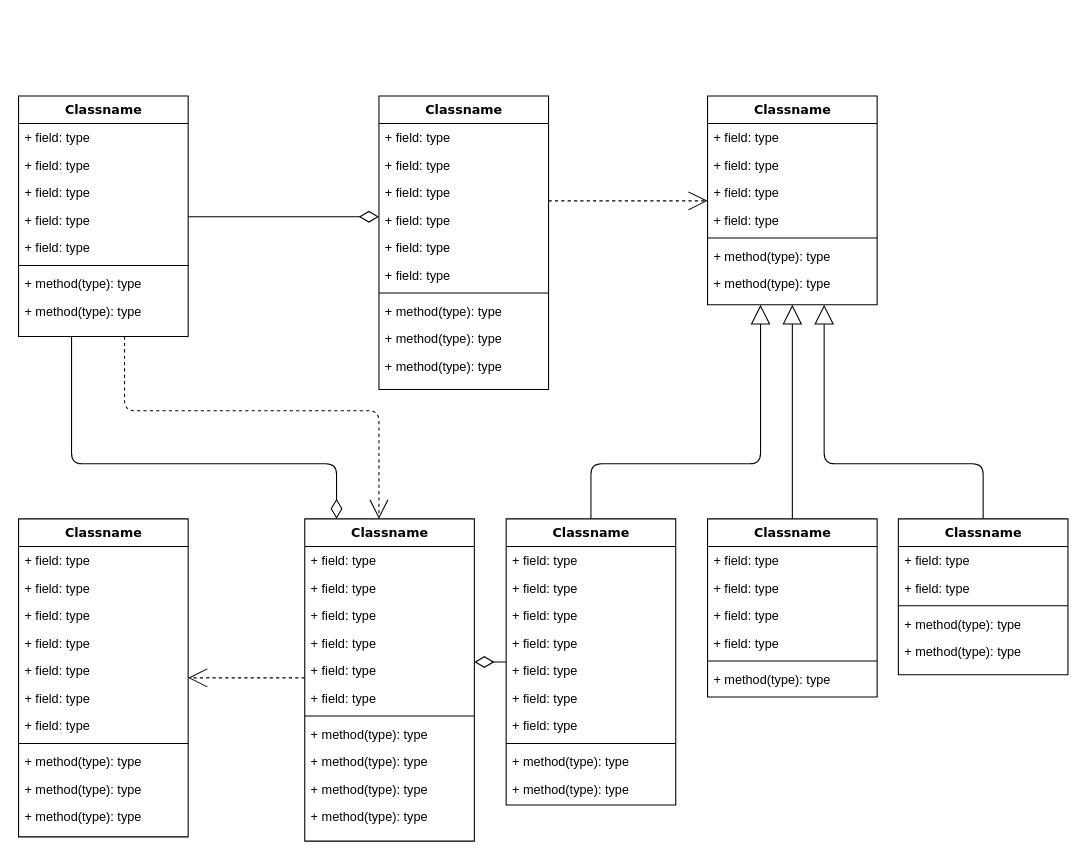
harshsahu12/linkedIn-clone keeps this draw.io diagram as Untitled Diagram.drawio. Above is the earlier version. Source tidied: cells renumbered, new cells numbered last; positions are measured from the earlier drawing's top-left corner, leaving out a move shared by most shapes. Both pictures are drawn from the tidied source at 106%, with x=0, y=0 at pixel (18, 95).
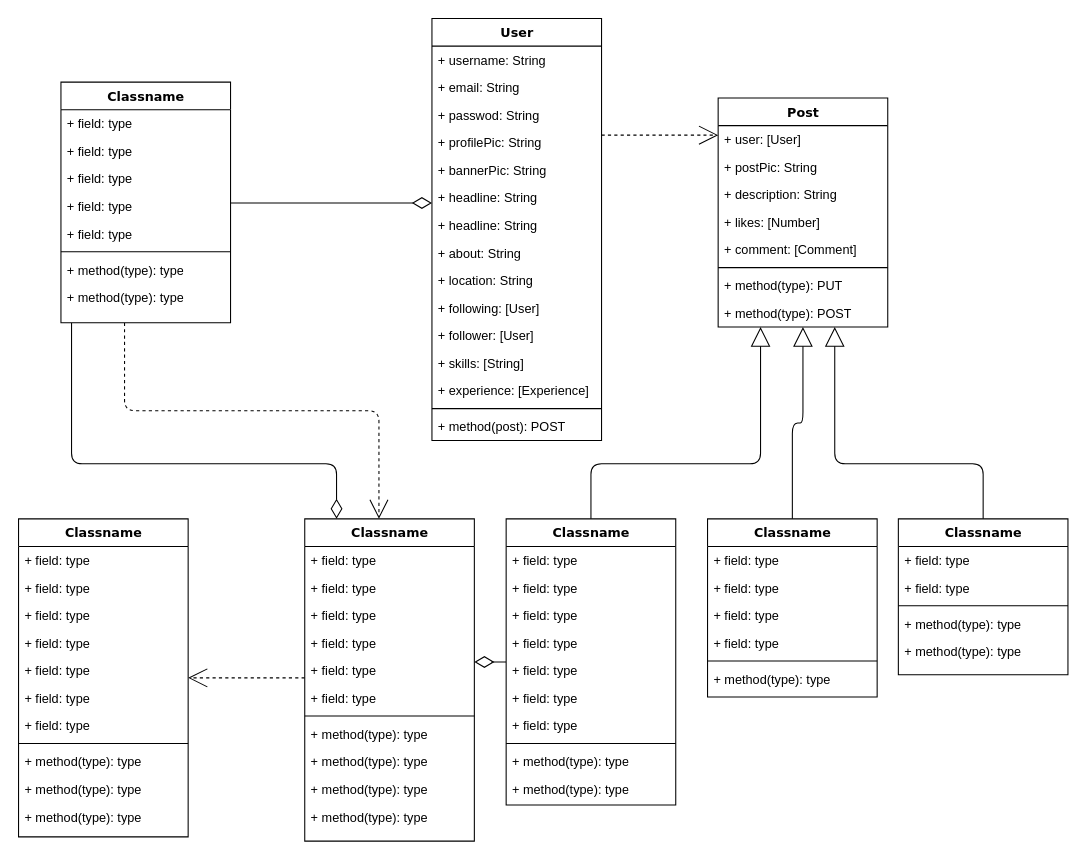
Above is the later version.

Commit message:
linkedIn API Structure

The change refers to these unchanged cells:
```xml
<mxCell id="80" value="Classname" style="swimlane;html=1;fontStyle=1;align=center;verticalAlign=top;horizontal=1;startSize=26;swimlaneFillColor=#ffffff;rounded=0;shadow=0;comic=0;labelBackgroundColor=none;strokeWidth=1;fillColor=none;fontFamily=Verdana;fontSize=12;" parent="1" vertex="1">
  <mxGeometry x="830" y="399" width="160" height="147" as="geometry" />
</mxCell>
```

Diff of the diagram source:
```diff
@@
     <mxCell id="4" value="Classname" style="swimlane;html=1;fontStyle=1;align=center;verticalAlign=top;horizontal=1;startSize=26;swimlaneFillColor=#ffffff;rounded=0;shadow=0;comic=0;labelBackgroundColor=none;strokeWidth=1;fillColor=none;fontFamily=Verdana;fontSize=12;" parent="1" vertex="1">
-      <mxGeometry width="160" height="227" as="geometry" />
+      <mxGeometry x="40" y="-13" width="160" height="227" as="geometry" />
     </mxCell>
@@
-    <mxCell id="13" style="edgeStyle=elbowEdgeStyle;html=1;labelBackgroundColor=none;startFill=0;startSize=8;endArrow=open;endFill=0;endSize=16;fontFamily=Verdana;fontSize=12;elbow=vertical;dashed=1;" parent="1" edge="1" source="14" target="25">
-      <mxGeometry relative="1" as="geometry" />
+    <mxCell id="13" style="edgeStyle=elbowEdgeStyle;html=1;labelBackgroundColor=none;startFill=0;startSize=8;endArrow=open;endFill=0;endSize=16;fontFamily=Verdana;fontSize=12;elbow=vertical;dashed=1;" parent="1" edge="1">
+      <mxGeometry relative="1" as="geometry">
+        <mxPoint x="550" y="37" as="sourcePoint" />
+        <mxPoint x="660" y="37" as="targetPoint" />
+        <Array as="points">
+          <mxPoint x="640" y="37" />
+        </Array>
+      </mxGeometry>
     </mxCell>
-    <mxCell id="14" value="Classname" style="swimlane;html=1;fontStyle=1;align=center;verticalAlign=top;horizontal=1;startSize=26;swimlaneFillColor=#ffffff;rounded=0;shadow=0;comic=0;labelBackgroundColor=none;strokeWidth=1;fillColor=none;fontFamily=Verdana;fontSize=12;" parent="1" vertex="1">
-      <mxGeometry x="340" width="160" height="277" as="geometry" />
+    <mxCell id="14" value="User" style="swimlane;html=1;fontStyle=1;align=center;verticalAlign=top;horizontal=1;startSize=26;swimlaneFillColor=#ffffff;rounded=0;shadow=0;comic=0;labelBackgroundColor=none;strokeWidth=1;fillColor=none;fontFamily=Verdana;fontSize=12;" parent="1" vertex="1">
+      <mxGeometry x="390" y="-73" width="160" height="398" as="geometry" />
     </mxCell>
-    <mxCell id="15" value="+ field: type" style="text;html=1;strokeColor=none;fillColor=none;align=left;verticalAlign=top;spacingLeft=4;spacingRight=4;whiteSpace=wrap;overflow=hidden;" parent="14" vertex="1">
+    <mxCell id="15" value="+ username: String" style="text;html=1;strokeColor=none;fillColor=none;align=left;verticalAlign=top;spacingLeft=4;spacingRight=4;whiteSpace=wrap;overflow=hidden;" parent="14" vertex="1">
       <mxGeometry y="26" width="160" height="26" as="geometry" />
     </mxCell>
-    <mxCell id="16" value="+ field: type" style="text;html=1;strokeColor=none;fillColor=none;align=left;verticalAlign=top;spacingLeft=4;spacingRight=4;whiteSpace=wrap;overflow=hidden;" parent="14" vertex="1">
+    <mxCell id="16" value="+ email: String" style="text;html=1;strokeColor=none;fillColor=none;align=left;verticalAlign=top;spacingLeft=4;spacingRight=4;whiteSpace=wrap;overflow=hidden;" parent="14" vertex="1">
       <mxGeometry y="52" width="160" height="26" as="geometry" />
     </mxCell>
-    <mxCell id="17" value="+ field: type" style="text;html=1;strokeColor=none;fillColor=none;align=left;verticalAlign=top;spacingLeft=4;spacingRight=4;whiteSpace=wrap;overflow=hidden;" parent="14" vertex="1">
+    <mxCell id="17" value="+ passwod: String" style="text;html=1;strokeColor=none;fillColor=none;align=left;verticalAlign=top;spacingLeft=4;spacingRight=4;whiteSpace=wrap;overflow=hidden;" parent="14" vertex="1">
       <mxGeometry y="78" width="160" height="26" as="geometry" />
     </mxCell>
-    <mxCell id="18" value="+ field: type" style="text;html=1;strokeColor=none;fillColor=none;align=left;verticalAlign=top;spacingLeft=4;spacingRight=4;whiteSpace=wrap;overflow=hidden;" parent="14" vertex="1">
+    <mxCell id="18" value="+ profilePic: String" style="text;html=1;strokeColor=none;fillColor=none;align=left;verticalAlign=top;spacingLeft=4;spacingRight=4;whiteSpace=wrap;overflow=hidden;" parent="14" vertex="1">
       <mxGeometry y="104" width="160" height="26" as="geometry" />
     </mxCell>
-    <mxCell id="19" value="+ field: type" style="text;html=1;strokeColor=none;fillColor=none;align=left;verticalAlign=top;spacingLeft=4;spacingRight=4;whiteSpace=wrap;overflow=hidden;" parent="14" vertex="1">
+    <mxCell id="19" value="+ bannerPic: String" style="text;html=1;strokeColor=none;fillColor=none;align=left;verticalAlign=top;spacingLeft=4;spacingRight=4;whiteSpace=wrap;overflow=hidden;" parent="14" vertex="1">
       <mxGeometry y="130" width="160" height="26" as="geometry" />
     </mxCell>
-    <mxCell id="20" value="+ field: type" style="text;html=1;strokeColor=none;fillColor=none;align=left;verticalAlign=top;spacingLeft=4;spacingRight=4;whiteSpace=wrap;overflow=hidden;" parent="14" vertex="1">
+    <mxCell id="20" value="+ headline: String" style="text;html=1;strokeColor=none;fillColor=none;align=left;verticalAlign=top;spacingLeft=4;spacingRight=4;whiteSpace=wrap;overflow=hidden;" parent="14" vertex="1">
       <mxGeometry y="156" width="160" height="26" as="geometry" />
     </mxCell>
+    <mxCell id="87" value="+ headline: String" style="text;html=1;strokeColor=none;fillColor=none;align=left;verticalAlign=top;spacingLeft=4;spacingRight=4;whiteSpace=wrap;overflow=hidden;" parent="14" vertex="1">
+      <mxGeometry y="182" width="160" height="26" as="geometry" />
+    </mxCell>
+    <mxCell id="22" value="+ about: String" style="text;html=1;strokeColor=none;fillColor=none;align=left;verticalAlign=top;spacingLeft=4;spacingRight=4;whiteSpace=wrap;overflow=hidden;" parent="14" vertex="1">
+      <mxGeometry y="208" width="160" height="26" as="geometry" />
+    </mxCell>
+    <mxCell id="88" value="+ location: String" style="text;html=1;strokeColor=none;fillColor=none;align=left;verticalAlign=top;spacingLeft=4;spacingRight=4;whiteSpace=wrap;overflow=hidden;" parent="14" vertex="1">
+      <mxGeometry y="234" width="160" height="26" as="geometry" />
+    </mxCell>
+    <mxCell id="23" value="+ following: [User]" style="text;html=1;strokeColor=none;fillColor=none;align=left;verticalAlign=top;spacingLeft=4;spacingRight=4;whiteSpace=wrap;overflow=hidden;" parent="14" vertex="1">
+      <mxGeometry y="260" width="160" height="26" as="geometry" />
+    </mxCell>
+    <mxCell id="89" value="+ follower: [User]" style="text;html=1;strokeColor=none;fillColor=none;align=left;verticalAlign=top;spacingLeft=4;spacingRight=4;whiteSpace=wrap;overflow=hidden;" parent="14" vertex="1">
+      <mxGeometry y="286" width="160" height="26" as="geometry" />
+    </mxCell>
+    <mxCell id="90" value="+ skills: [String]" style="text;html=1;strokeColor=none;fillColor=none;align=left;verticalAlign=top;spacingLeft=4;spacingRight=4;whiteSpace=wrap;overflow=hidden;" parent="14" vertex="1">
+      <mxGeometry y="312" width="160" height="26" as="geometry" />
+    </mxCell>
+    <mxCell id="91" value="+ experience: [Experience]" style="text;html=1;strokeColor=none;fillColor=none;align=left;verticalAlign=top;spacingLeft=4;spacingRight=4;whiteSpace=wrap;overflow=hidden;" parent="14" vertex="1">
+      <mxGeometry y="338" width="160" height="26" as="geometry" />
+    </mxCell>
     <mxCell id="21" style="line;html=1;strokeWidth=1;fillColor=none;align=left;verticalAlign=middle;spacingTop=-1;spacingLeft=3;spacingRight=3;labelPosition=right;" parent="14" vertex="1">
-      <mxGeometry y="182" width="160" height="8" as="geometry" />
+      <mxGeometry y="364" width="160" height="8" as="geometry" />
     </mxCell>
-    <mxCell id="22" value="+ method(type): type" style="text;html=1;strokeColor=none;fillColor=none;align=left;verticalAlign=top;spacingLeft=4;spacingRight=4;whiteSpace=wrap;overflow=hidden;" parent="14" vertex="1">
-      <mxGeometry y="190" width="160" height="26" as="geometry" />
-    </mxCell>
-    <mxCell id="23" value="+ method(type): type" style="text;html=1;strokeColor=none;fillColor=none;align=left;verticalAlign=top;spacingLeft=4;spacingRight=4;whiteSpace=wrap;overflow=hidden;" parent="14" vertex="1">
-      <mxGeometry y="216" width="160" height="26" as="geometry" />
-    </mxCell>
-    <mxCell id="24" value="+ method(type): type" style="text;html=1;strokeColor=none;fillColor=none;align=left;verticalAlign=top;spacingLeft=4;spacingRight=4;whiteSpace=wrap;overflow=hidden;" parent="14" vertex="1">
-      <mxGeometry y="242" width="160" height="26" as="geometry" />
+    <mxCell id="24" value="+ method(post): POST" style="text;html=1;strokeColor=none;fillColor=none;align=left;verticalAlign=top;spacingLeft=4;spacingRight=4;whiteSpace=wrap;overflow=hidden;" parent="14" vertex="1">
+      <mxGeometry y="372" width="160" height="26" as="geometry" />
     </mxCell>
-    <mxCell id="25" value="Classname" style="swimlane;html=1;fontStyle=1;align=center;verticalAlign=top;horizontal=1;startSize=26;swimlaneFillColor=#ffffff;rounded=0;shadow=0;comic=0;labelBackgroundColor=none;strokeWidth=1;fillColor=none;fontFamily=Verdana;fontSize=12;" parent="1" vertex="1">
-      <mxGeometry x="650" width="160" height="197" as="geometry" />
+    <mxCell id="25" value="Post" style="swimlane;html=1;fontStyle=1;align=center;verticalAlign=top;horizontal=1;startSize=26;swimlaneFillColor=#ffffff;rounded=0;shadow=0;comic=0;labelBackgroundColor=none;strokeWidth=1;fillColor=none;fontFamily=Verdana;fontSize=12;" parent="1" vertex="1">
+      <mxGeometry x="660" y="2" width="160" height="216" as="geometry" />
     </mxCell>
-    <mxCell id="26" value="+ field: type" style="text;html=1;strokeColor=none;fillColor=none;align=left;verticalAlign=top;spacingLeft=4;spacingRight=4;whiteSpace=wrap;overflow=hidden;" parent="25" vertex="1">
+    <mxCell id="26" value="+ user: [User]" style="text;html=1;strokeColor=none;fillColor=none;align=left;verticalAlign=top;spacingLeft=4;spacingRight=4;whiteSpace=wrap;overflow=hidden;" parent="25" vertex="1">
       <mxGeometry y="26" width="160" height="26" as="geometry" />
     </mxCell>
+    <mxCell id="92" value="+ postPic: String" style="text;html=1;strokeColor=none;fillColor=none;align=left;verticalAlign=top;spacingLeft=4;spacingRight=4;whiteSpace=wrap;overflow=hidden;" parent="25" vertex="1">
+      <mxGeometry y="52" width="160" height="26" as="geometry" />
+    </mxCell>
-    <mxCell id="27" value="+ field: type" style="text;html=1;strokeColor=none;fillColor=none;align=left;verticalAlign=top;spacingLeft=4;spacingRight=4;whiteSpace=wrap;overflow=hidden;" parent="25" vertex="1">
-      <mxGeometry y="52" width="160" height="26" as="geometry" />
+    <mxCell id="27" value="+ description: String" style="text;html=1;strokeColor=none;fillColor=none;align=left;verticalAlign=top;spacingLeft=4;spacingRight=4;whiteSpace=wrap;overflow=hidden;" parent="25" vertex="1">
+      <mxGeometry y="78" width="160" height="26" as="geometry" />
     </mxCell>
-    <mxCell id="28" value="+ field: type" style="text;html=1;strokeColor=none;fillColor=none;align=left;verticalAlign=top;spacingLeft=4;spacingRight=4;whiteSpace=wrap;overflow=hidden;" parent="25" vertex="1">
-      <mxGeometry y="78" width="160" height="26" as="geometry" />
+    <mxCell id="28" value="+ likes: [Number]" style="text;html=1;strokeColor=none;fillColor=none;align=left;verticalAlign=top;spacingLeft=4;spacingRight=4;whiteSpace=wrap;overflow=hidden;" parent="25" vertex="1">
+      <mxGeometry y="104" width="160" height="26" as="geometry" />
     </mxCell>
-    <mxCell id="29" value="+ field: type" style="text;html=1;strokeColor=none;fillColor=none;align=left;verticalAlign=top;spacingLeft=4;spacingRight=4;whiteSpace=wrap;overflow=hidden;" parent="25" vertex="1">
-      <mxGeometry y="104" width="160" height="26" as="geometry" />
+    <mxCell id="29" value="+ comment: [Comment]" style="text;html=1;strokeColor=none;fillColor=none;align=left;verticalAlign=top;spacingLeft=4;spacingRight=4;whiteSpace=wrap;overflow=hidden;" parent="25" vertex="1">
+      <mxGeometry y="130" width="160" height="26" as="geometry" />
     </mxCell>
     <mxCell id="30" style="line;html=1;strokeWidth=1;fillColor=none;align=left;verticalAlign=middle;spacingTop=-1;spacingLeft=3;spacingRight=3;labelPosition=right;" parent="25" vertex="1">
-      <mxGeometry y="130" width="160" height="8" as="geometry" />
+      <mxGeometry y="156" width="160" height="8" as="geometry" />
     </mxCell>
-    <mxCell id="31" value="+ method(type): type" style="text;html=1;strokeColor=none;fillColor=none;align=left;verticalAlign=top;spacingLeft=4;spacingRight=4;whiteSpace=wrap;overflow=hidden;" parent="25" vertex="1">
-      <mxGeometry y="138" width="160" height="26" as="geometry" />
+    <mxCell id="31" value="+ method(type): PUT" style="text;html=1;strokeColor=none;fillColor=none;align=left;verticalAlign=top;spacingLeft=4;spacingRight=4;whiteSpace=wrap;overflow=hidden;" parent="25" vertex="1">
+      <mxGeometry y="164" width="160" height="26" as="geometry" />
     </mxCell>
-    <mxCell id="32" value="+ method(type): type" style="text;html=1;strokeColor=none;fillColor=none;align=left;verticalAlign=top;spacingLeft=4;spacingRight=4;whiteSpace=wrap;overflow=hidden;" parent="25" vertex="1">
-      <mxGeometry y="164" width="160" height="26" as="geometry" />
+    <mxCell id="32" value="+ method(type): POST" style="text;html=1;strokeColor=none;fillColor=none;align=left;verticalAlign=top;spacingLeft=4;spacingRight=4;whiteSpace=wrap;overflow=hidden;" parent="25" vertex="1">
+      <mxGeometry y="190" width="160" height="26" as="geometry" />
     </mxCell>
@@
     <mxCell id="79" style="edgeStyle=orthogonalEdgeStyle;html=1;labelBackgroundColor=none;startFill=0;startSize=8;endArrow=block;endFill=0;endSize=16;fontFamily=Verdana;fontSize=12;" parent="1" edge="1" source="80" target="25">
       <mxGeometry relative="1" as="geometry">
         <Array as="points">
           <mxPoint x="910" y="347" />
-          <mxPoint x="760" y="347" />
+          <mxPoint x="770" y="347" />
         </Array>
       </mxGeometry>
     </mxCell>
```
